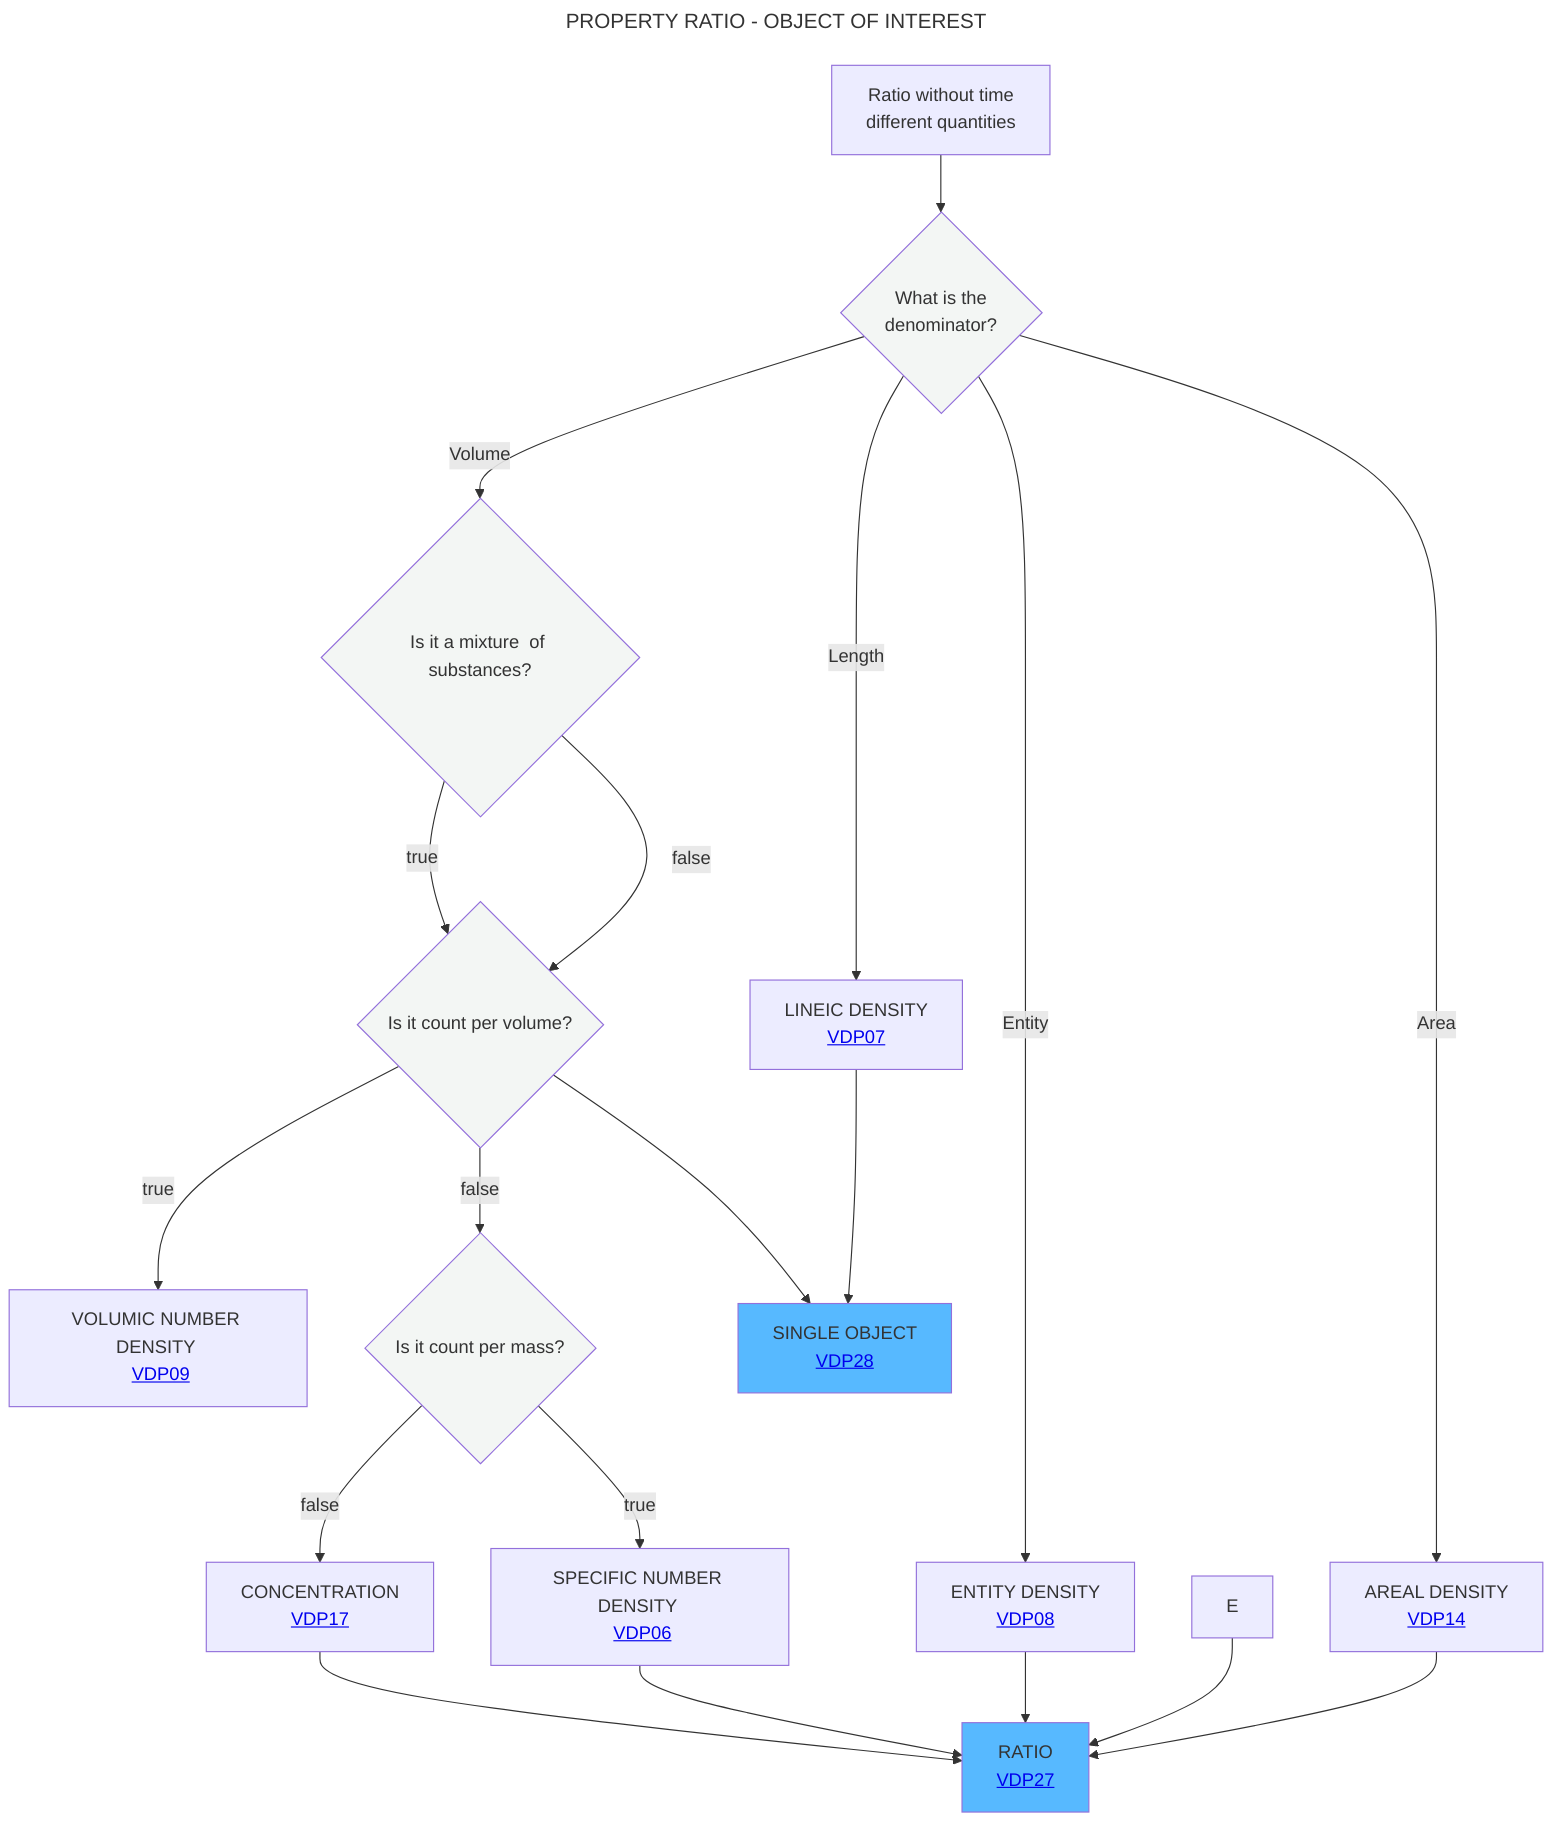
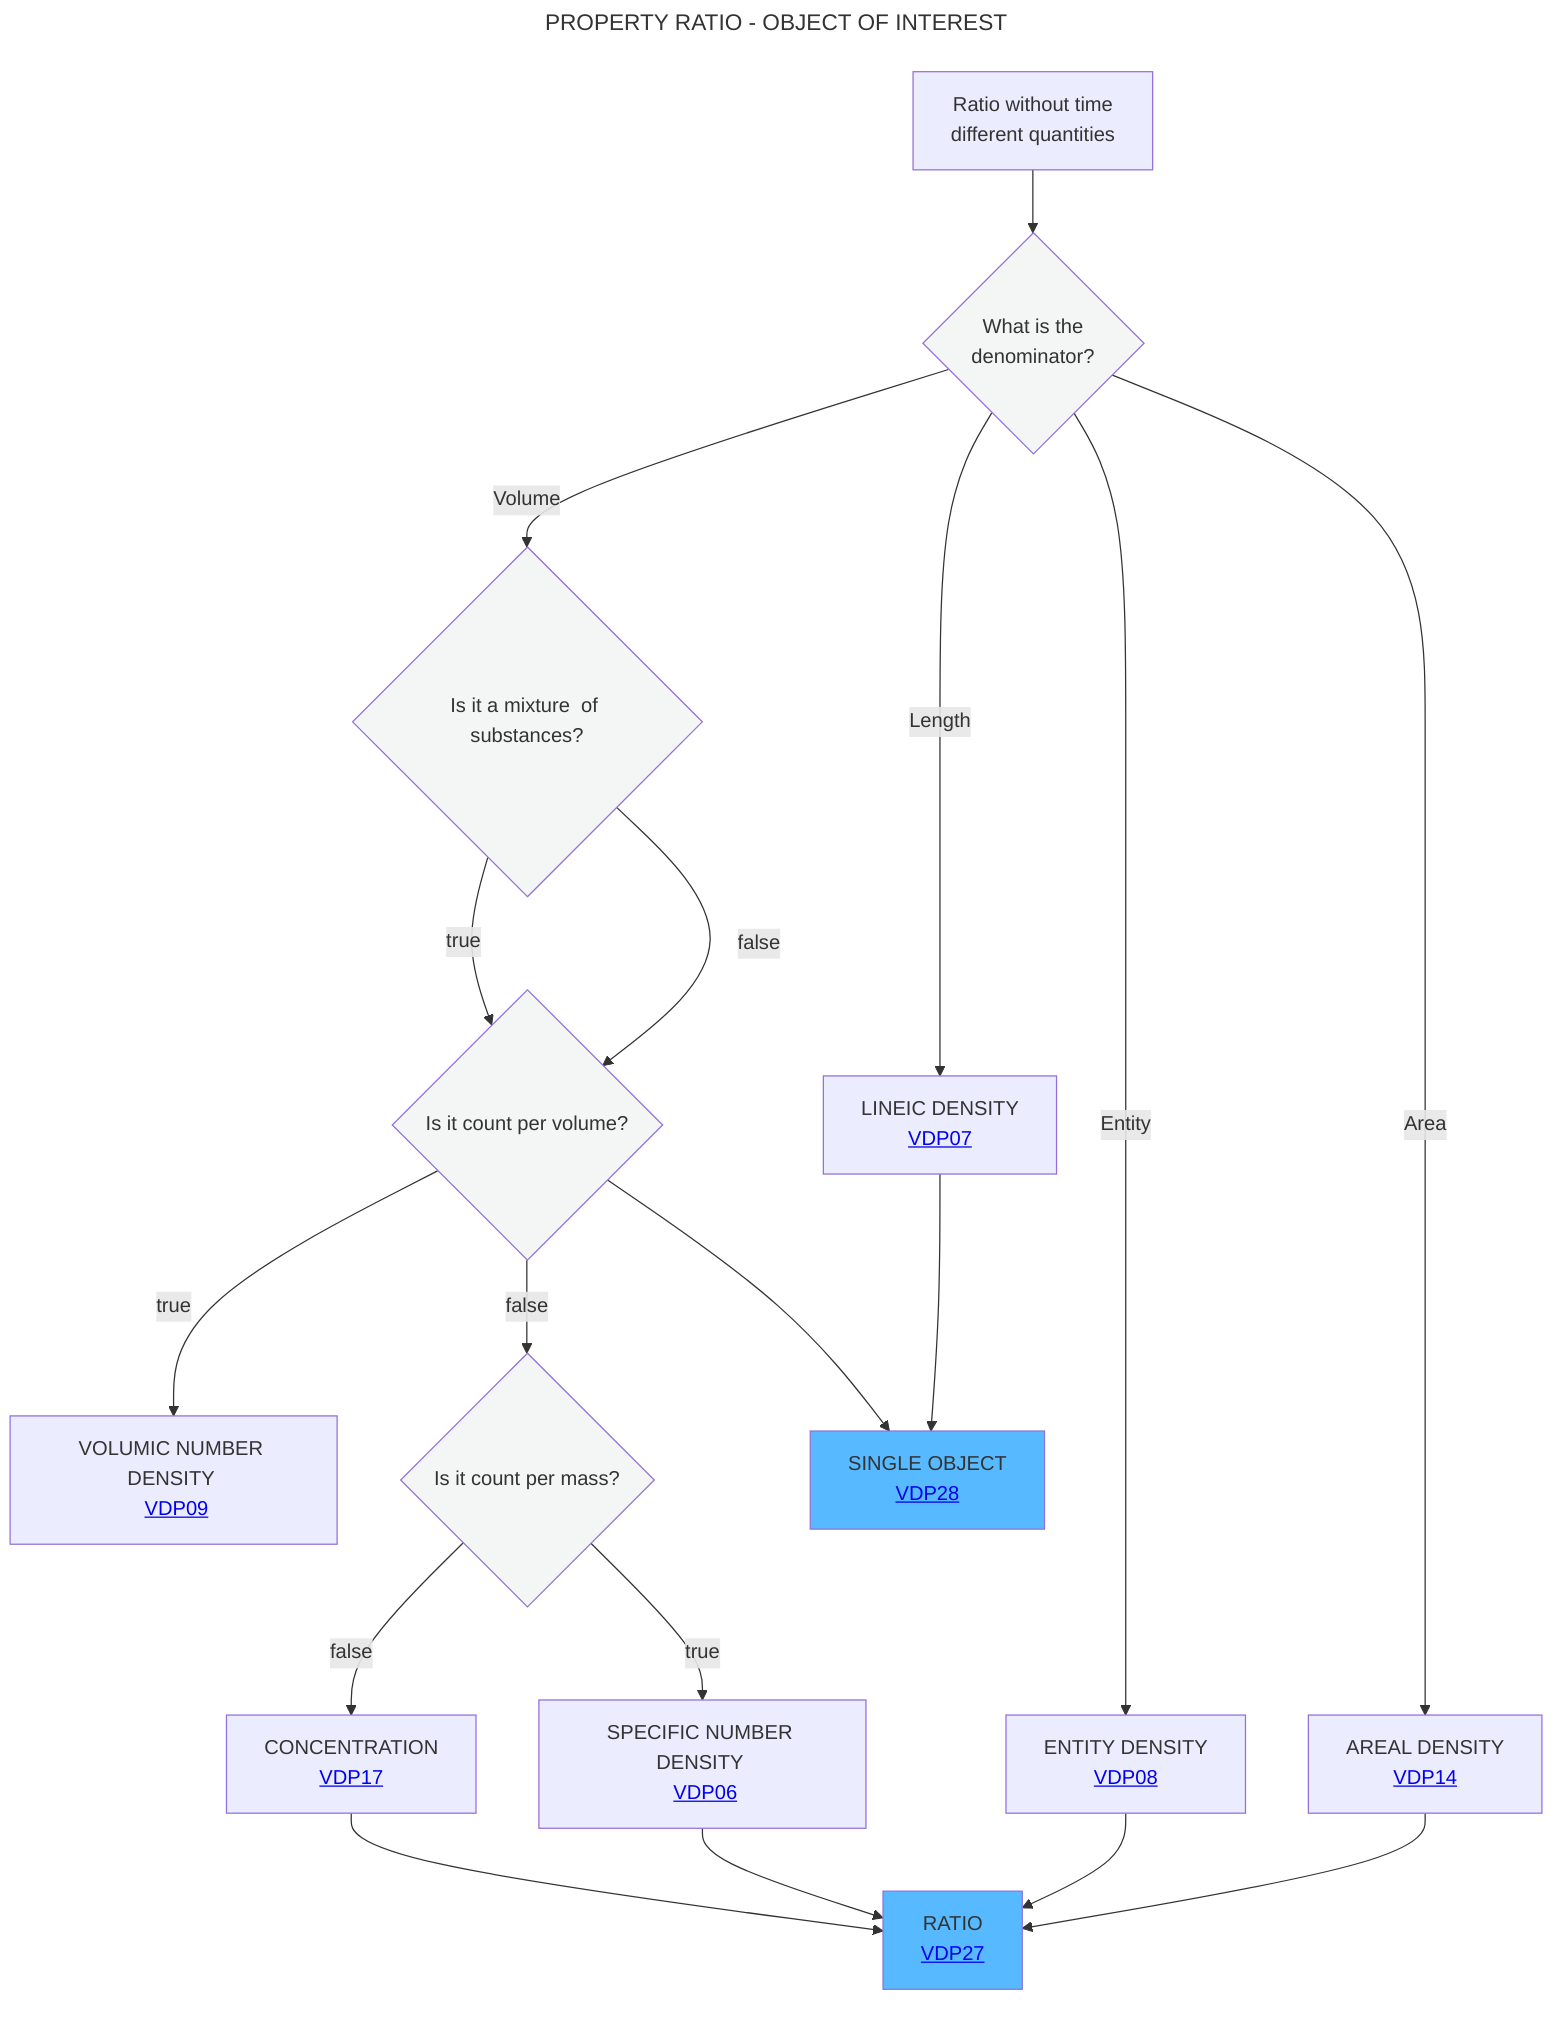
---
title: PROPERTY RATIO - OBJECT OF INTEREST
---
flowchart TD
    A[Ratio without time <br> different quantities] --> B{What is the <br> denominator?}:::white
    B -- Area -->C[AREAL DENSITY <br> <a href='https://github.com/mabablue/I-ADOPT-patterns-playground/blob/main/pattern/VDP14.yaml'>VDP14</a>]
    B -- Entity -->F[ENTITY DENSITY <br> <a href='https://github.com/mabablue/I-ADOPT-patterns-playground/blob/main/pattern/VDP08.yaml'>VDP08</a>]
    B -- Length -->D[LINEIC DENSITY <br> <a href='https://github.com/mabablue/I-ADOPT-patterns-playground/blob/main/pattern/VDP07.yaml'>VDP07</a>]
    B -- Volume -->G{Is it a mixture <be> of substances?}:::white
    G --> |false|H[VOLUMIC DENSITY <br> <a href='https://github.com/mabablue/I-ADOPT-patterns-playground/blob/main/pattern/VDP13.yaml'>VDP13</a>]
    G--> |true|H{Is it count per volume?}:::white
    H --> |true|I[VOLUMIC NUMBER DENSITY <br> <a href='https://github.com/mabablue/I-ADOPT-patterns-playground/blob/main/pattern/VDP09.yaml'>VDP09</a>]
    H --> |false|K{Is it count per mass?}:::white
    K --> |true|L[SPECIFIC NUMBER DENSITY <br> <a href='https://github.com/mabablue/I-ADOPT-patterns-playground/blob/main/pattern/VDP06.yaml'>VDP06</a>]
    K --> |false|M[CONCENTRATION <br> <a href='https://github.com/mabablue/I-ADOPT-patterns-playground/blob/main/pattern/VDP17.yaml'>VDP17</a>]
    C --> N[RATIO <br> <a href='https://github.com/mabablue/I-ADOPT-patterns-playground/blob/main/pattern/VDP27.yaml'>VDP27</a>]:::satblue
-     E --> N
    F --> N
    D --> O[SINGLE OBJECT <br> <a href='https://github.com/mabablue/I-ADOPT-patterns-playground/blob/main/pattern/VDP28.yaml'>VDP28</a>]:::satblue
    H --> O
    L --> N
    M --> N
   classDef blue fill:#90D5FF
   classDef satblue fill:#57B9FF
   classDef white fill:#f3f6f4
   classDef green fill:#6aa84f
